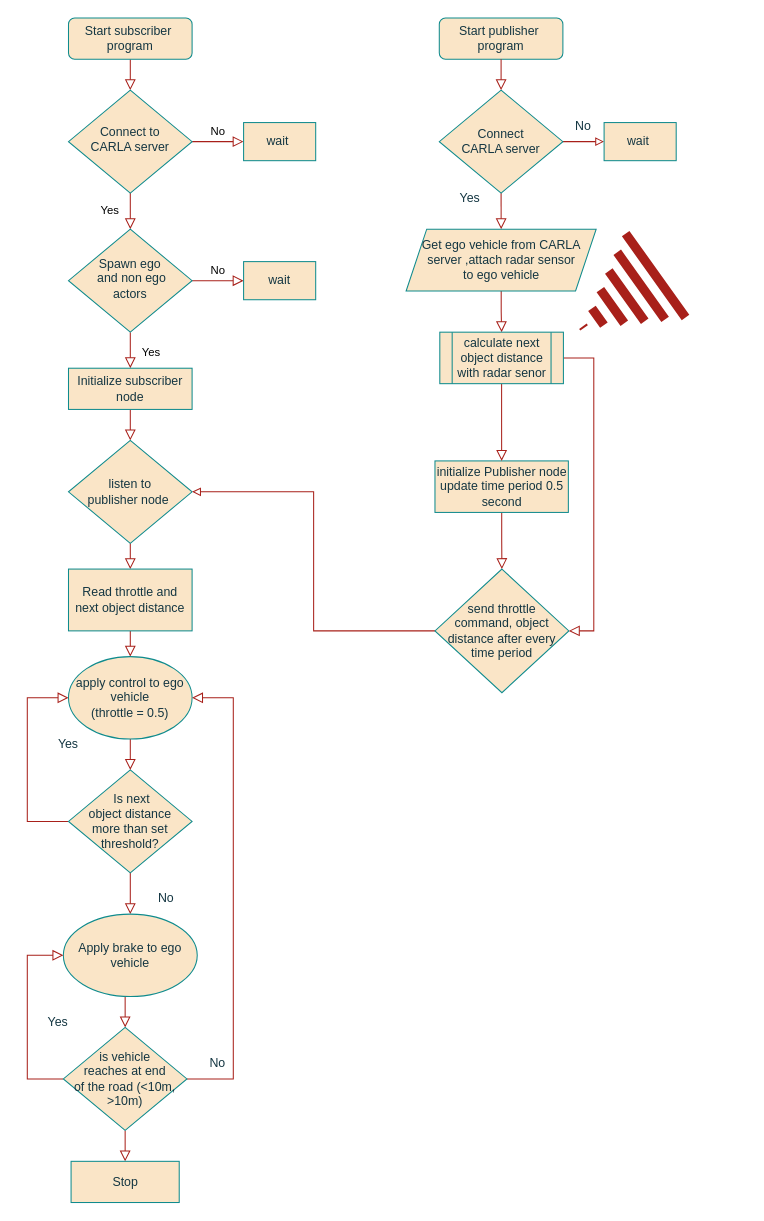
Before: POC.drawio in bapukokare/assignment, a draw.io diagram. Source tidied: cells renumbered, new cells numbered last; positions are measured from the earlier drawing's top-left corner, leaving out a move shared by most shapes. Both pictures are drawn from the tidied source at 103%, with x=0, y=0 at pixel (27, 18).
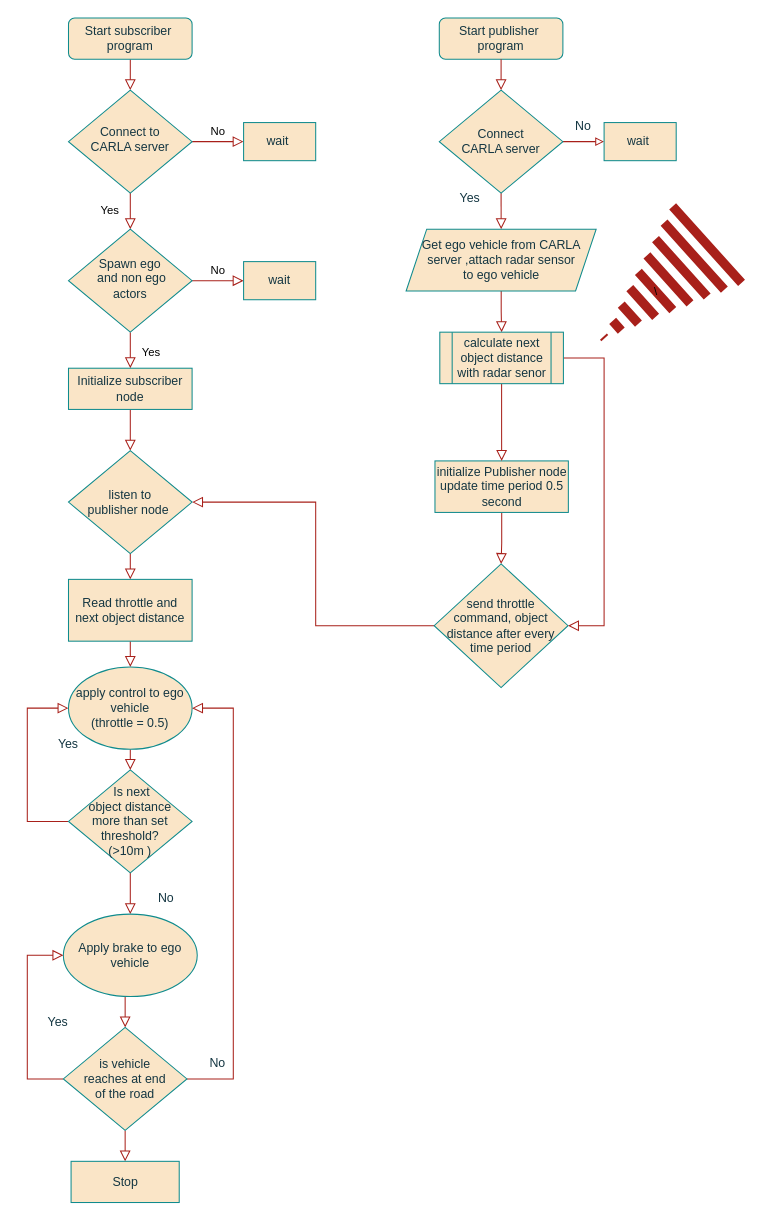
The same diagram, later.

The change refers to these unchanged cells:
```xml
<mxCell id="12" value="Initialize subscriber node" style="rounded=0;whiteSpace=wrap;html=1;fontSize=12;glass=0;strokeWidth=1;shadow=0;labelBackgroundColor=none;fillColor=#FAE5C7;strokeColor=#0F8B8D;fontColor=#143642;" parent="1" vertex="1">
  <mxGeometry x="40" y="340" width="120" height="40" as="geometry" />
</mxCell>
<mxCell id="27" value="initialize Publisher node update time period 0.5 second" style="whiteSpace=wrap;html=1;rounded=0;glass=0;strokeWidth=1;shadow=0;labelBackgroundColor=none;fillColor=#FAE5C7;strokeColor=#0F8B8D;fontColor=#143642;" parent="1" vertex="1">
  <mxGeometry x="395.8" y="430" width="129.5" height="50" as="geometry" />
</mxCell>
<mxCell id="49" value="calculate next object distance with radar senor" style="shape=process;whiteSpace=wrap;html=1;backgroundOutline=1;rounded=0;glass=0;strokeWidth=1;shadow=0;labelBackgroundColor=none;fillColor=#FAE5C7;strokeColor=#0F8B8D;fontColor=#143642;" parent="1" vertex="1">
  <mxGeometry x="400.5" y="305" width="120" height="50" as="geometry" />
</mxCell>
```

Change to the diagram source:
```diff
@@
     <mxCell id="11" style="edgeStyle=orthogonalEdgeStyle;rounded=0;jettySize=auto;html=1;exitX=0.5;exitY=1;exitDx=0;exitDy=0;entryX=0.5;entryY=0;entryDx=0;entryDy=0;fontFamily=Helvetica;fontSize=11;fontColor=default;labelBackgroundColor=none;endArrow=block;endFill=0;endSize=8;strokeWidth=1;shadow=0;strokeColor=#A8201A;" parent="1" edge="1" source="12" target="15">
-      <mxGeometry relative="1" as="geometry" />
+      <mxGeometry relative="1" as="geometry">
+        <Array as="points">
+          <mxPoint x="100" y="400" />
+          <mxPoint x="100" y="400" />
+        </Array>
+      </mxGeometry>
     </mxCell>
@@
     <mxCell id="15" value="listen to &lt;br&gt;publisher node&amp;nbsp;" style="rhombus;whiteSpace=wrap;html=1;rounded=0;glass=0;strokeWidth=1;shadow=0;labelBackgroundColor=none;fillColor=#FAE5C7;strokeColor=#0F8B8D;fontColor=#143642;" parent="1" vertex="1">
-      <mxGeometry x="40" y="410" width="120" height="100" as="geometry" />
+      <mxGeometry x="40" y="420" width="120" height="100" as="geometry" />
     </mxCell>
@@
     <mxCell id="17" value="Read throttle and next object distance" style="whiteSpace=wrap;html=1;rounded=0;glass=0;strokeWidth=1;shadow=0;labelBackgroundColor=none;fillColor=#FAE5C7;strokeColor=#0F8B8D;fontColor=#143642;" parent="1" vertex="1">
-      <mxGeometry x="40" y="535" width="120" height="60" as="geometry" />
+      <mxGeometry x="40" y="545" width="120" height="60" as="geometry" />
     </mxCell>
@@
     <mxCell id="26" style="edgeStyle=orthogonalEdgeStyle;rounded=0;jettySize=auto;html=1;entryX=0.5;entryY=0;entryDx=0;entryDy=0;labelBackgroundColor=none;endArrow=block;endFill=0;endSize=8;strokeWidth=1;shadow=0;fontColor=default;strokeColor=#A8201A;" parent="1" edge="1" source="27" target="29">
-      <mxGeometry relative="1" as="geometry" />
+      <mxGeometry relative="1" as="geometry">
+        <Array as="points">
+          <mxPoint x="460" y="510" />
+          <mxPoint x="460" y="510" />
+        </Array>
+      </mxGeometry>
     </mxCell>
@@
-    <mxCell id="28" style="edgeStyle=orthogonalEdgeStyle;rounded=0;jettySize=auto;html=1;entryX=1;entryY=0.5;entryDx=0;entryDy=0;fontFamily=Helvetica;fontSize=12;fontColor=default;endArrow=block;endFill=0;labelBackgroundColor=none;strokeColor=#A8201A;" parent="1" edge="1" source="29" target="15">
+    <mxCell id="28" style="edgeStyle=orthogonalEdgeStyle;rounded=0;jettySize=auto;html=1;entryX=1;entryY=0.5;entryDx=0;entryDy=0;fontFamily=Helvetica;fontSize=11;fontColor=default;endArrow=block;endFill=0;labelBackgroundColor=none;strokeColor=#A8201A;endSize=8;strokeWidth=1;shadow=0;" parent="1" edge="1" source="29" target="15">
       <mxGeometry relative="1" as="geometry">
         <Array as="points">
-          <mxPoint x="278" y="595" />
-          <mxPoint x="278" y="460" />
+          <mxPoint x="280" y="590" />
+          <mxPoint x="280" y="470" />
         </Array>
       </mxGeometry>
     </mxCell>
     <mxCell id="29" value="&lt;font style=&quot;font-size: 12px;&quot;&gt;send throttle&lt;br&gt;command, object distance after every time period&lt;/font&gt;" style="rhombus;whiteSpace=wrap;html=1;rounded=0;glass=0;strokeWidth=1;shadow=0;labelBackgroundColor=none;fillColor=#FAE5C7;strokeColor=#0F8B8D;fontColor=#143642;" parent="1" vertex="1">
-      <mxGeometry x="395.8" y="535" width="130" height="120" as="geometry" />
+      <mxGeometry x="395" y="530" width="130" height="120" as="geometry" />
     </mxCell>
@@
     <mxCell id="32" style="edgeStyle=orthogonalEdgeStyle;rounded=0;jettySize=auto;html=1;fontFamily=Helvetica;fontSize=11;fontColor=default;entryX=0;entryY=0.5;entryDx=0;entryDy=0;exitX=0;exitY=0.5;exitDx=0;exitDy=0;labelBackgroundColor=none;endArrow=block;endFill=0;endSize=8;strokeWidth=1;shadow=0;strokeColor=#A8201A;" parent="1" edge="1" source="34" target="36">
       <mxGeometry relative="1" as="geometry">
         <Array as="points">
           <mxPoint y="780" />
-          <mxPoint y="660" />
+          <mxPoint y="670" />
+          <mxPoint x="40" y="670" />
         </Array>
       </mxGeometry>
     </mxCell>
@@
-    <mxCell id="34" value="&amp;nbsp;Is next &lt;br&gt;object&amp;nbsp;distance &lt;br&gt;more than set&lt;br&gt;threshold?" style="rhombus;whiteSpace=wrap;html=1;rounded=0;glass=0;strokeWidth=1;shadow=0;labelBackgroundColor=none;fillColor=#FAE5C7;strokeColor=#0F8B8D;fontColor=#143642;" parent="1" vertex="1">
+    <mxCell id="34" value="&amp;nbsp;Is next &lt;br&gt;object&amp;nbsp;distance &lt;br&gt;more than set&lt;br&gt;threshold? &lt;br&gt;(&amp;gt;10m )" style="rhombus;whiteSpace=wrap;html=1;rounded=0;glass=0;strokeWidth=1;shadow=0;labelBackgroundColor=none;fillColor=#FAE5C7;strokeColor=#0F8B8D;fontColor=#143642;" parent="1" vertex="1">
       <mxGeometry x="40" y="730" width="120" height="100" as="geometry" />
     </mxCell>
-    <mxCell id="35" style="edgeStyle=orthogonalEdgeStyle;rounded=0;jettySize=auto;html=1;fontFamily=Helvetica;fontSize=11;fontColor=default;labelBackgroundColor=none;endArrow=block;endFill=0;endSize=8;strokeWidth=1;shadow=0;strokeColor=#A8201A;" parent="1" edge="1" source="36" target="34">
-      <mxGeometry relative="1" as="geometry" />
+    <mxCell id="35" style="edgeStyle=orthogonalEdgeStyle;rounded=0;jettySize=auto;html=1;exitX=0.5;exitY=1;exitDx=0;exitDy=0;entryX=0.5;entryY=0;entryDx=0;entryDy=0;strokeColor=#A8201A;fontColor=default;fillColor=#FAE5C7;labelBackgroundColor=none;endArrow=block;endFill=0;endSize=8;strokeWidth=1;shadow=0;" parent="1" edge="1" source="36" target="34">
+      <mxGeometry relative="1" as="geometry">
+        <Array as="points">
+          <mxPoint x="100" y="710" />
+          <mxPoint x="100" y="710" />
+        </Array>
+      </mxGeometry>
     </mxCell>
     <mxCell id="36" value="apply control to ego vehicle&lt;br&gt;(throttle = 0.5)" style="ellipse;whiteSpace=wrap;html=1;rounded=1;shadow=0;glass=0;strokeWidth=1;fontFamily=Helvetica;fontSize=12;labelBackgroundColor=none;fillColor=#FAE5C7;strokeColor=#0F8B8D;fontColor=#143642;" parent="1" vertex="1">
-      <mxGeometry x="40" y="620" width="120" height="80" as="geometry" />
+      <mxGeometry x="40" y="630" width="120" height="80" as="geometry" />
     </mxCell>
@@
     <mxCell id="42" style="edgeStyle=orthogonalEdgeStyle;rounded=0;jettySize=auto;html=1;entryX=1;entryY=0.5;entryDx=0;entryDy=0;labelBackgroundColor=none;endArrow=block;endFill=0;endSize=8;strokeWidth=1;shadow=0;fontColor=default;strokeColor=#A8201A;" parent="1" edge="1" source="44" target="36">
       <mxGeometry relative="1" as="geometry">
         <Array as="points">
           <mxPoint x="200" y="1030" />
-          <mxPoint x="200" y="660" />
+          <mxPoint x="200" y="670" />
         </Array>
       </mxGeometry>
     </mxCell>
@@
-    <mxCell id="44" value="is vehicle&lt;br&gt;reaches at end &lt;br&gt;of the road (&amp;lt;10m,&lt;br&gt;&amp;gt;10m)" style="rhombus;whiteSpace=wrap;html=1;rounded=0;glass=0;strokeWidth=1;shadow=0;labelBackgroundColor=none;fillColor=#FAE5C7;strokeColor=#0F8B8D;fontColor=#143642;" parent="1" vertex="1">
+    <mxCell id="44" value="is vehicle&lt;br&gt;reaches at end &lt;br&gt;of the road" style="rhombus;whiteSpace=wrap;html=1;rounded=0;glass=0;strokeWidth=1;shadow=0;labelBackgroundColor=none;fillColor=#FAE5C7;strokeColor=#0F8B8D;fontColor=#143642;" parent="1" vertex="1">
       <mxGeometry x="35" y="980" width="120" height="100" as="geometry" />
     </mxCell>
@@
     <mxCell id="47" style="edgeStyle=orthogonalEdgeStyle;rounded=0;jettySize=auto;html=1;exitX=0.5;exitY=1;exitDx=0;exitDy=0;entryX=0.5;entryY=0;entryDx=0;entryDy=0;labelBackgroundColor=none;endArrow=block;endFill=0;endSize=8;strokeWidth=1;shadow=0;fontColor=default;strokeColor=#A8201A;" parent="1" edge="1" source="49" target="27">
-      <mxGeometry relative="1" as="geometry" />
+      <mxGeometry relative="1" as="geometry">
+        <Array as="points">
+          <mxPoint x="460" y="400" />
+          <mxPoint x="460" y="400" />
+        </Array>
+      </mxGeometry>
     </mxCell>
     <mxCell id="48" style="edgeStyle=orthogonalEdgeStyle;rounded=0;jettySize=auto;html=1;entryX=1;entryY=0.5;entryDx=0;entryDy=0;labelBackgroundColor=none;endArrow=block;endFill=0;endSize=8;strokeWidth=1;shadow=0;strokeColor=#A8201A;fontColor=default;" parent="1" edge="1" source="49" target="29">
       <mxGeometry relative="1" as="geometry">
         <Array as="points">
-          <mxPoint x="550" y="330" />
-          <mxPoint x="550" y="595" />
+          <mxPoint x="560" y="330" />
+          <mxPoint x="560" y="590" />
         </Array>
       </mxGeometry>
     </mxCell>
@@
-    <mxCell id="50" style="shape=mxgraph.arrows2.wedgeArrowDashed2;html=1;startWidth=50;stepSize=15;rounded=0;strokeWidth=9;labelBackgroundColor=none;fontColor=default;fillColor=#FAE5C7;strokeColor=#A8201A;" parent="1" edge="1">
+    <mxCell id="50" value="\" style="shape=mxgraph.arrows2.wedgeArrowDashed2;html=1;startWidth=50;stepSize=15;rounded=0;strokeWidth=9;labelBackgroundColor=none;fontColor=default;fillColor=#FAE5C7;strokeColor=#A8201A;" parent="1" edge="1">
       <mxGeometry relative="1" as="geometry">
-        <mxPoint x="610" y="250" as="sourcePoint" />
-        <mxPoint x="540" y="300" as="targetPoint" />
+        <mxPoint x="660" y="220" as="sourcePoint" />
+        <mxPoint x="560" y="310" as="targetPoint" />
       </mxGeometry>
     </mxCell>
+    <mxCell id="52" value="&lt;p style=&quot;line-height: 30%;&quot;&gt;&lt;br&gt;&lt;/p&gt;" style="edgeLabel;html=1;align=center;verticalAlign=middle;fontColor=#143642;" parent="50" vertex="1">
+      <mxGeometry x="-0.36" y="7" relative="1" as="geometry">
+        <mxPoint x="-1" as="offset" />
+      </mxGeometry>
+    </mxCell>
```
